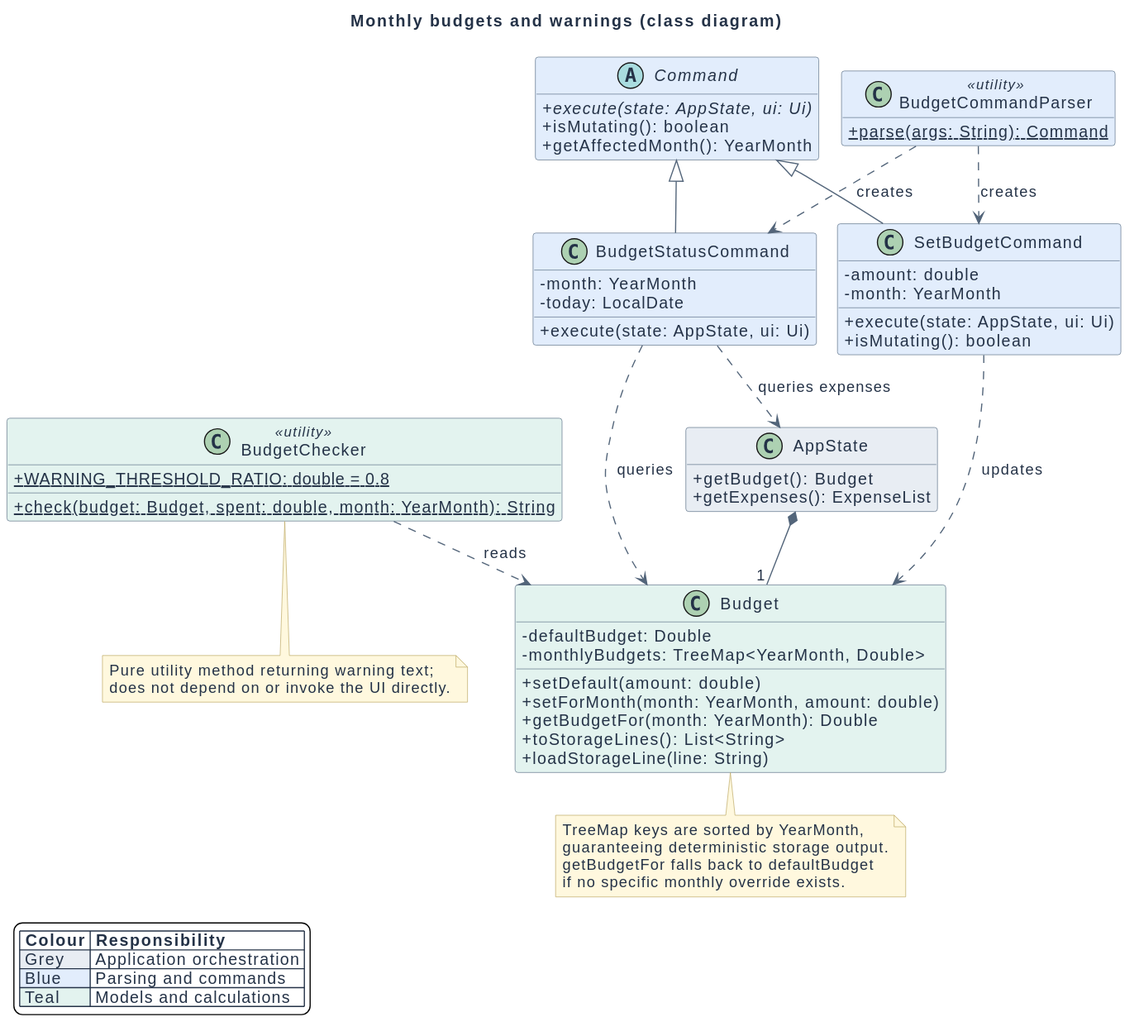
AY2627S1-CS2113-W10-1/tp keeps this PlantUML diagram as docs/images/BudgetClassDiagram.svg. Above is the earlier version.
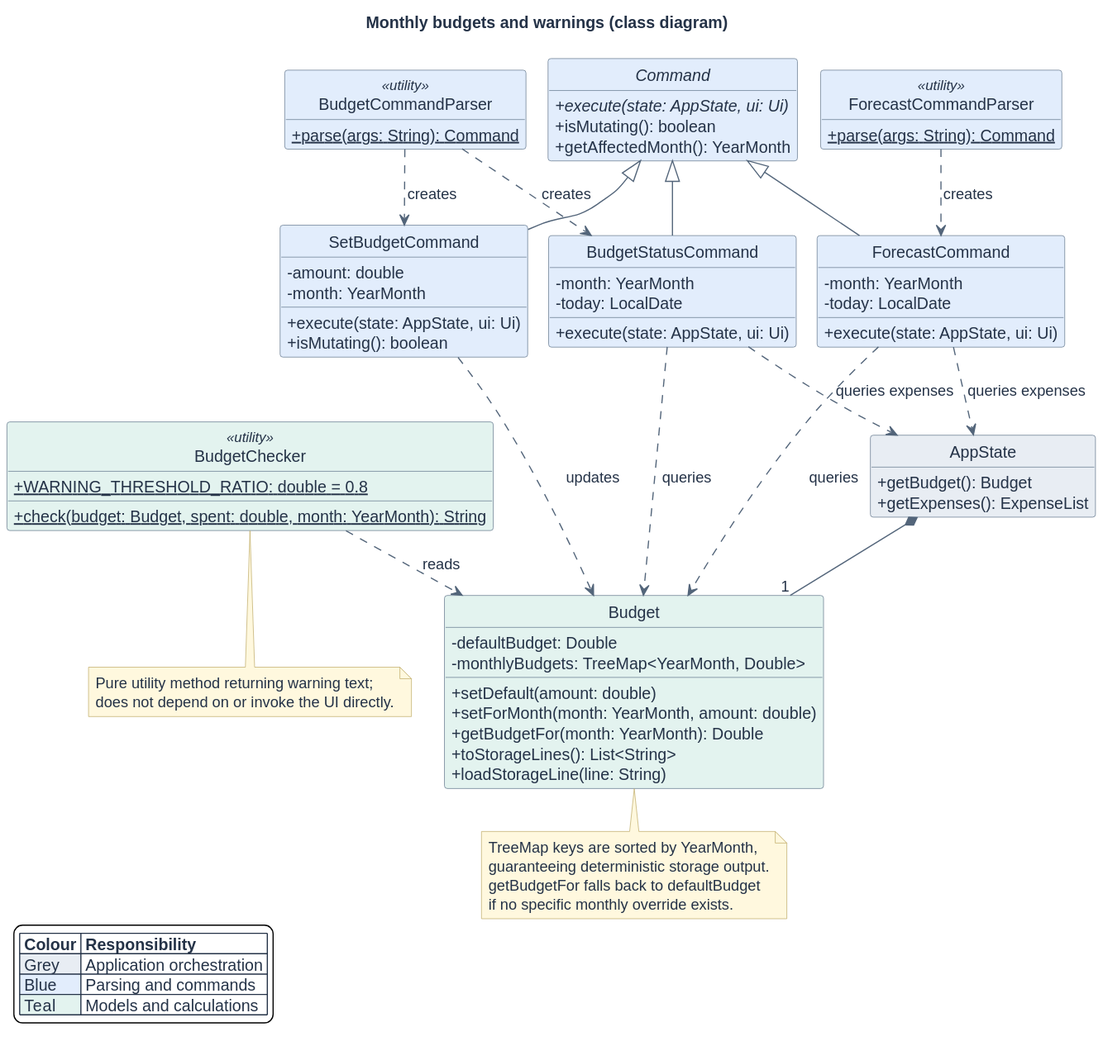
Later version of the same file.

The edit, as a diff of the source:
```diff
@@ -11,6 +11,7 @@
 skinparam shadowing false
 skinparam classAttributeIconSize 0
 hide empty members
+hide circle
 
 title Monthly budgets and warnings (class diagram)
 
@@ -57,14 +58,28 @@
   +{static} parse(args: String): Command
 }
 
+class ForecastCommand #E2EDFC {
+  -month: YearMonth
+  -today: LocalDate
+  +execute(state: AppState, ui: Ui)
+}
+
+class ForecastCommandParser <<utility>> #E2EDFC {
+  +{static} parse(args: String): Command
+}
+
 AppState *-- "1" Budget
 Command <|-- SetBudgetCommand
 Command <|-- BudgetStatusCommand
+Command <|-- ForecastCommand
 BudgetCommandParser ..> SetBudgetCommand : creates >
 BudgetCommandParser ..> BudgetStatusCommand : creates >
+ForecastCommandParser ..> ForecastCommand : creates >
 SetBudgetCommand ..> Budget : updates >
 BudgetStatusCommand ..> Budget : queries >
 BudgetStatusCommand ..> AppState : queries expenses >
+ForecastCommand ..> Budget : queries >
+ForecastCommand ..> AppState : queries expenses >
 BudgetChecker ..> Budget : reads >
 
 note bottom of Budget
```
